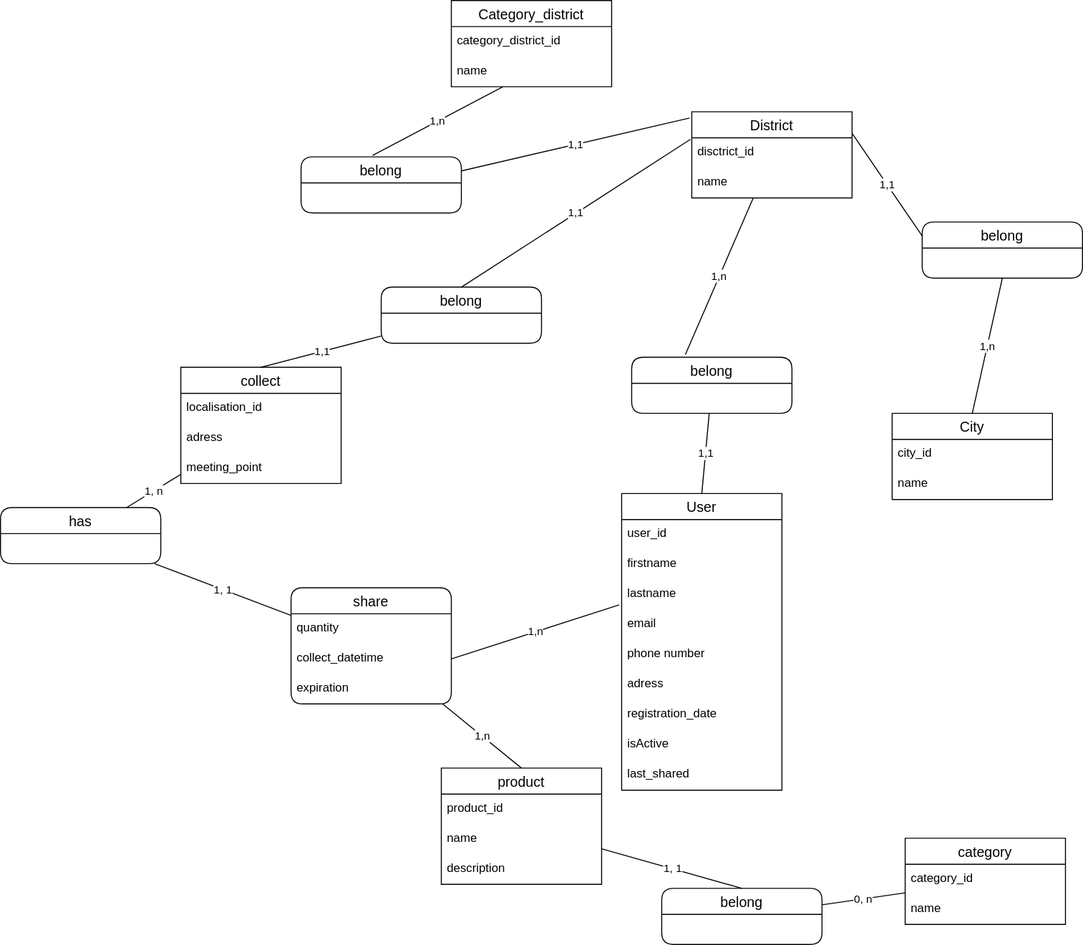
The draw.io diagram code/server/Merise_VAG/MCD/vag.drawio.svg in Mandine42/vag, before a commit. Source tidied: cells renumbered, new cells last; positions are measured from the earlier drawing's top-left corner, leaving out a move shared by most shapes.
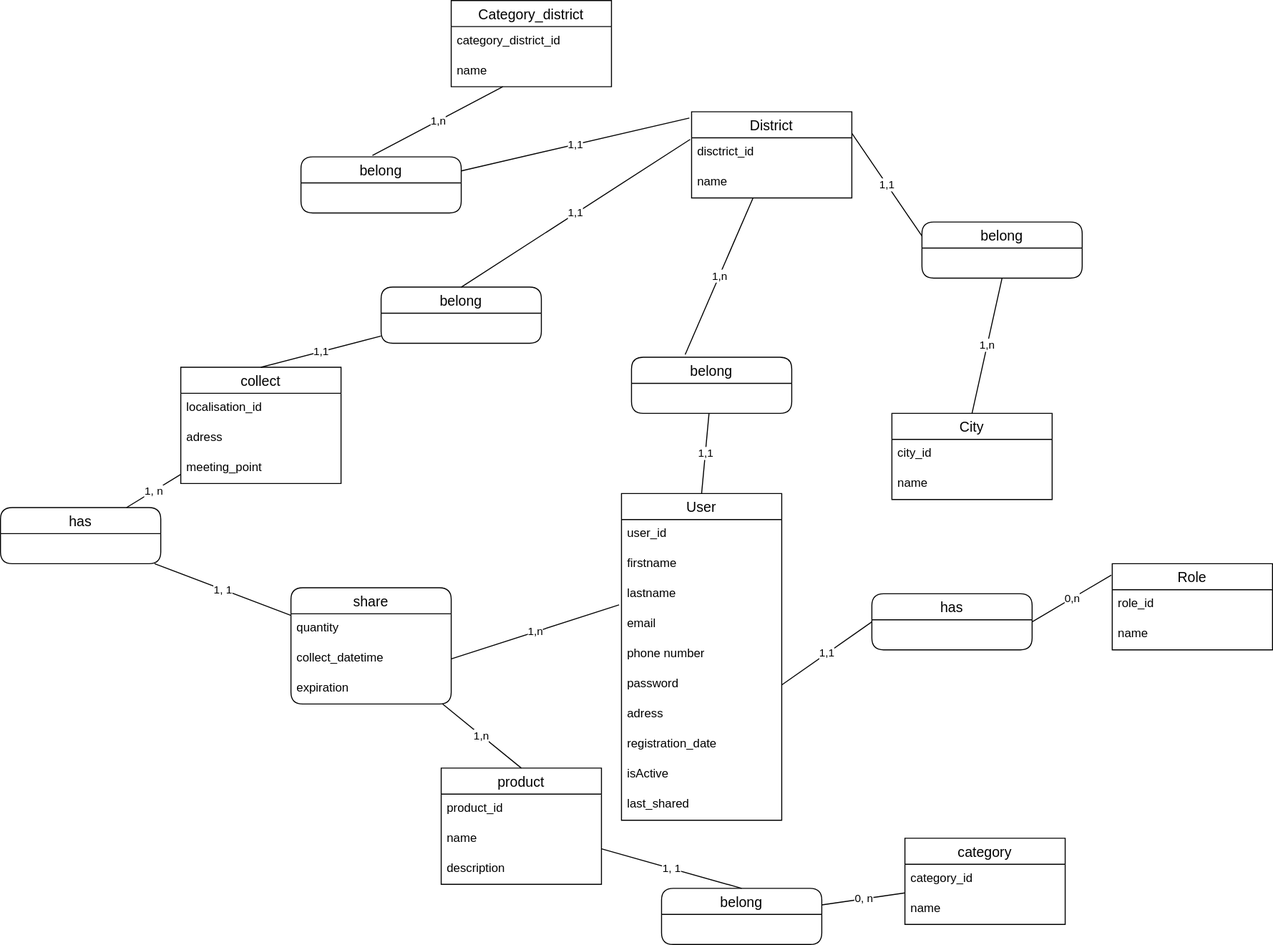
After the change.

Change to the diagram source:
```diff
@@ -3,7 +3,7 @@
     <mxCell id="0" />
     <mxCell id="1" parent="0" />
     <mxCell id="2" value="User" style="swimlane;fontStyle=0;horizontal=1;startSize=26;align=center;fontSize=14;" parent="1" vertex="1">
-      <mxGeometry x="620" y="492" width="160" height="296" as="geometry" />
+      <mxGeometry x="620" y="492" width="160" height="326" as="geometry" />
     </mxCell>
     <mxCell id="3" value="user_id" style="text;strokeColor=none;fillColor=none;spacingLeft=4;spacingRight=4;overflow=hidden;fontSize=12;" parent="2" vertex="1">
       <mxGeometry y="26" width="160" height="30" as="geometry" />
@@ -20,18 +20,21 @@
     <mxCell id="7" value="phone number" style="text;strokeColor=none;fillColor=none;spacingLeft=4;spacingRight=4;overflow=hidden;fontSize=12;" parent="2" vertex="1">
       <mxGeometry y="146" width="160" height="30" as="geometry" />
     </mxCell>
-    <mxCell id="8" value="adress" style="text;strokeColor=none;fillColor=none;spacingLeft=4;spacingRight=4;overflow=hidden;points=[[0,0.5],[1,0.5]];portConstraint=eastwest;fontSize=12;" parent="2" vertex="1">
+    <mxCell id="8" value="password" style="text;strokeColor=none;fillColor=none;spacingLeft=4;spacingRight=4;overflow=hidden;points=[[0,0.5],[1,0.5]];portConstraint=eastwest;fontSize=12;" parent="2" vertex="1">
       <mxGeometry y="176" width="160" height="30" as="geometry" />
     </mxCell>
-    <mxCell id="9" value="registration_date" style="text;strokeColor=none;fillColor=none;spacingLeft=4;spacingRight=4;overflow=hidden;fontSize=12;" parent="2" vertex="1">
+    <mxCell id="9" value="adress" style="text;strokeColor=none;fillColor=none;spacingLeft=4;spacingRight=4;overflow=hidden;fontSize=12;" parent="2" vertex="1">
       <mxGeometry y="206" width="160" height="30" as="geometry" />
     </mxCell>
-    <mxCell id="10" value="isActive" style="text;strokeColor=none;fillColor=none;spacingLeft=4;spacingRight=4;overflow=hidden;fontSize=12;" parent="2" vertex="1">
+    <mxCell id="10" value="registration_date" style="text;strokeColor=none;fillColor=none;spacingLeft=4;spacingRight=4;overflow=hidden;fontSize=12;" parent="2" vertex="1">
       <mxGeometry y="236" width="160" height="30" as="geometry" />
     </mxCell>
-    <mxCell id="11" value="last_shared" style="text;strokeColor=none;fillColor=none;spacingLeft=4;spacingRight=4;overflow=hidden;fontSize=12;" parent="2" vertex="1">
+    <mxCell id="11" value="isActive" style="text;strokeColor=none;fillColor=none;spacingLeft=4;spacingRight=4;overflow=hidden;fontSize=12;" parent="2" vertex="1">
       <mxGeometry y="266" width="160" height="30" as="geometry" />
     </mxCell>
+    <mxCell id="56" value="last_shared" style="text;strokeColor=none;fillColor=none;spacingLeft=4;spacingRight=4;overflow=hidden;fontSize=12;" parent="2" vertex="1">
+      <mxGeometry y="296" width="160" height="30" as="geometry" />
+    </mxCell>
     <mxCell id="12" value="product" style="swimlane;fontStyle=0;horizontal=1;startSize=26;align=center;fontSize=14;" parent="1" vertex="1">
       <mxGeometry x="440" y="766" width="160" height="116" as="geometry" />
     </mxCell>
@@ -164,5 +167,23 @@
     <mxCell id="55" value="1,1" style="endArrow=none;html=1;rounded=0;exitX=1;exitY=0.25;exitDx=0;exitDy=0;entryX=-0.014;entryY=0.073;entryDx=0;entryDy=0;entryPerimeter=0;" parent="1" edge="1" source="53" target="29">
       <mxGeometry relative="1" as="geometry" />
     </mxCell>
+    <mxCell id="57" value="Role" style="swimlane;fontStyle=0;horizontal=1;startSize=26;align=center;fontSize=14;" parent="1" vertex="1">
+      <mxGeometry x="1110" y="562" width="160" height="86" as="geometry" />
+    </mxCell>
+    <mxCell id="58" value="role_id" style="text;strokeColor=none;fillColor=none;spacingLeft=4;spacingRight=4;overflow=hidden;fontSize=12;" parent="57" vertex="1">
+      <mxGeometry y="26" width="160" height="30" as="geometry" />
+    </mxCell>
+    <mxCell id="59" value="name" style="text;strokeColor=none;fillColor=none;spacingLeft=4;spacingRight=4;overflow=hidden;fontSize=12;" parent="57" vertex="1">
+      <mxGeometry y="56" width="160" height="30" as="geometry" />
+    </mxCell>
+    <mxCell id="60" value="has" style="swimlane;fontStyle=0;horizontal=1;startSize=26;align=center;fontSize=14;rounded=1;" parent="1" vertex="1">
+      <mxGeometry x="870" y="592" width="160" height="56" as="geometry" />
+    </mxCell>
+    <mxCell id="61" value="0,n" style="endArrow=none;html=1;rounded=0;entryX=-0.006;entryY=0.133;entryDx=0;entryDy=0;entryPerimeter=0;exitX=1;exitY=0.5;exitDx=0;exitDy=0;" parent="1" edge="1" source="60" target="57">
+      <mxGeometry relative="1" as="geometry" />
+    </mxCell>
+    <mxCell id="62" value="1,1" style="endArrow=none;html=1;rounded=0;exitX=1;exitY=0.5;exitDx=0;exitDy=0;entryX=0;entryY=0.5;entryDx=0;entryDy=0;" parent="1" edge="1" source="8" target="60">
+      <mxGeometry relative="1" as="geometry" />
+    </mxCell>
   </root>
 </mxGraphModel>
```
